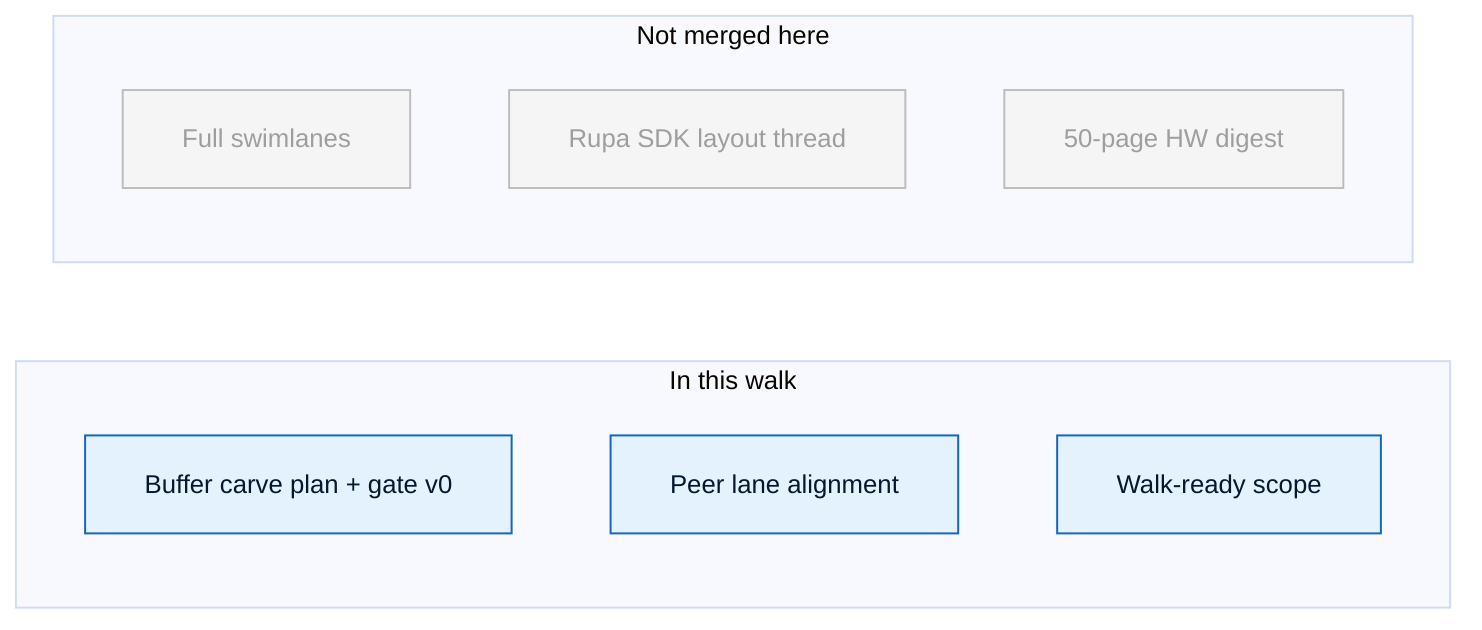
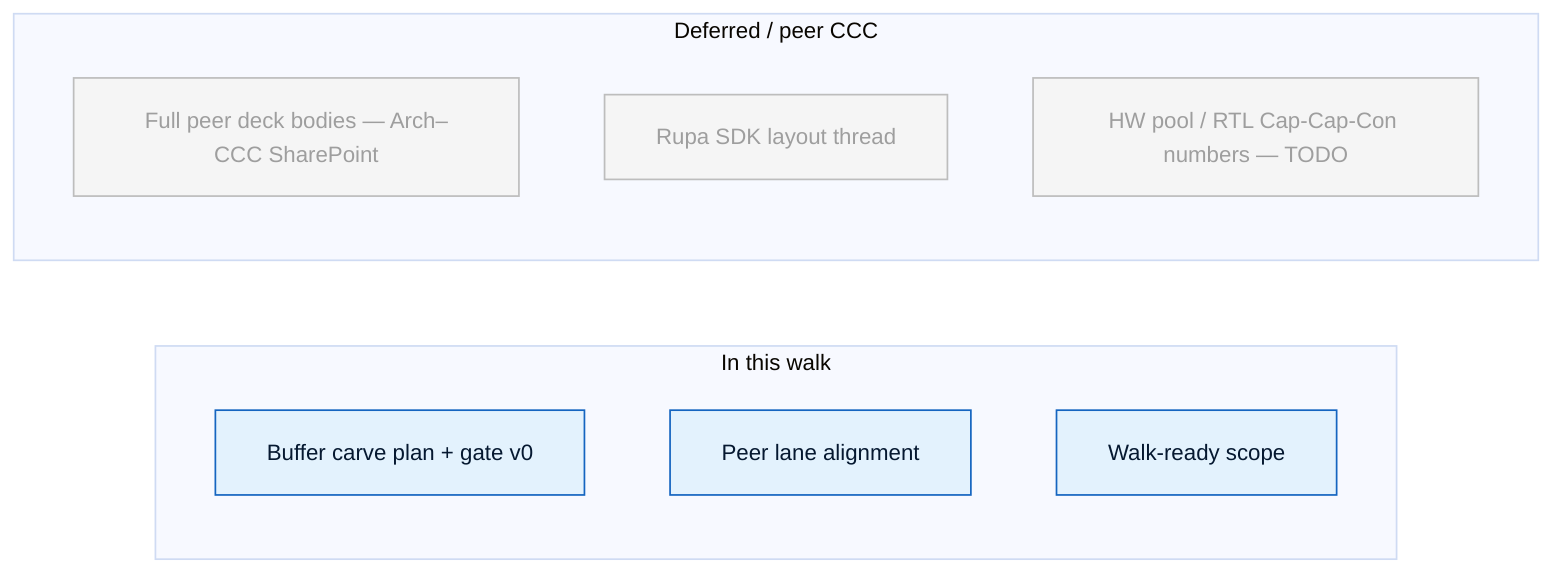
%%{init: {'theme': 'base', 'themeVariables': { 'fontSize': '13px'}}}%%
flowchart LR
  subgraph IN["In this walk"]
    I1["Buffer carve plan + gate v0"]
    I2["Peer lane alignment"]
    I3["Walk-ready scope"]
  end
-   subgraph OUT["Not merged here"]
-     O1["Full swimlanes"]
+   subgraph OUT["Deferred / peer CCC"]
+     O1["Full peer deck bodies — Arch–CCC SharePoint"]
    O2["Rupa SDK layout thread"]
-     O3["50-page HW digest"]
+     O3["HW pool / RTL Cap-Cap-Con numbers — TODO"]
  end

  classDef program fill:#E3F2FD,stroke:#1565C0,color:#051830
  classDef muted fill:#F5F5F5,stroke:#BDBDBD,color:#9E9E9E

  class I1,I2,I3 program
  class O1,O2,O3 muted
